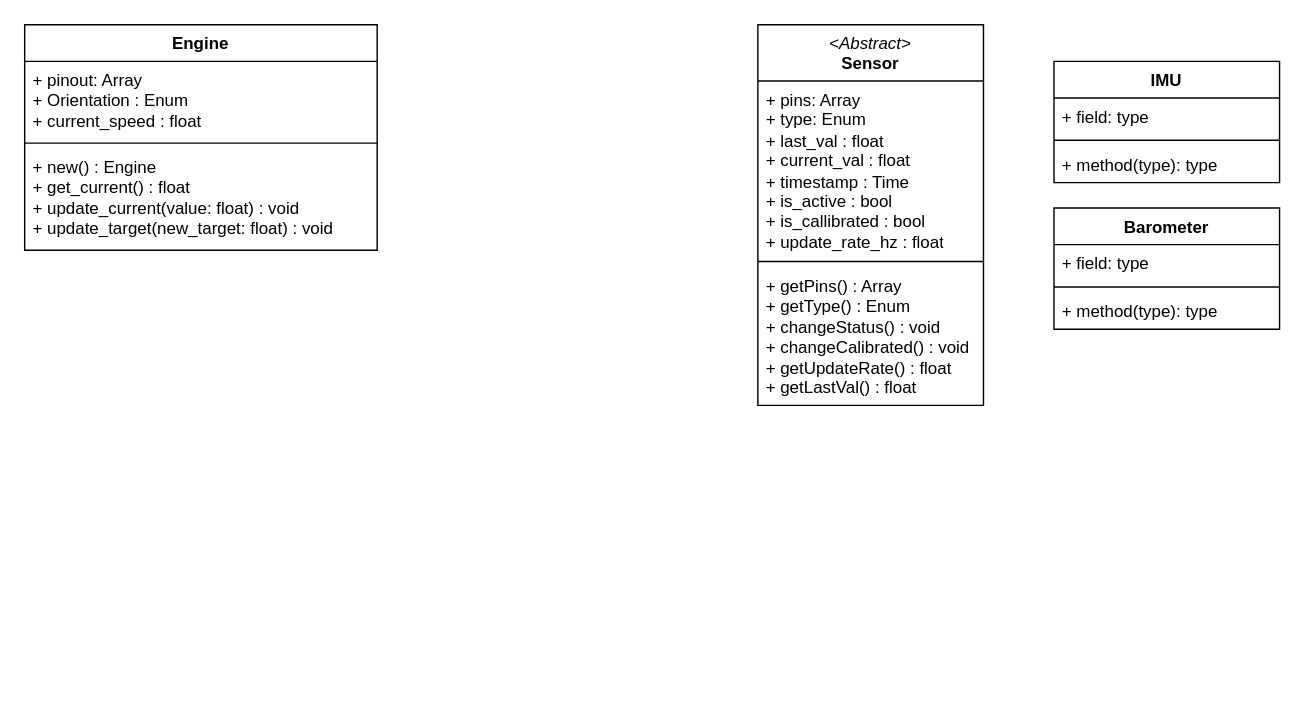
This is doc/ClassDiagramm.drawio from Bl8nk20/drone, a draw.io file, before an edit. Source tidied: cells renumbered, new cells numbered last; positions are measured from the earlier drawing's top-left corner, leaving out a move shared by most shapes. Both pictures are drawn from the tidied source at 141%, with x=0, y=0 at pixel (24, 24).
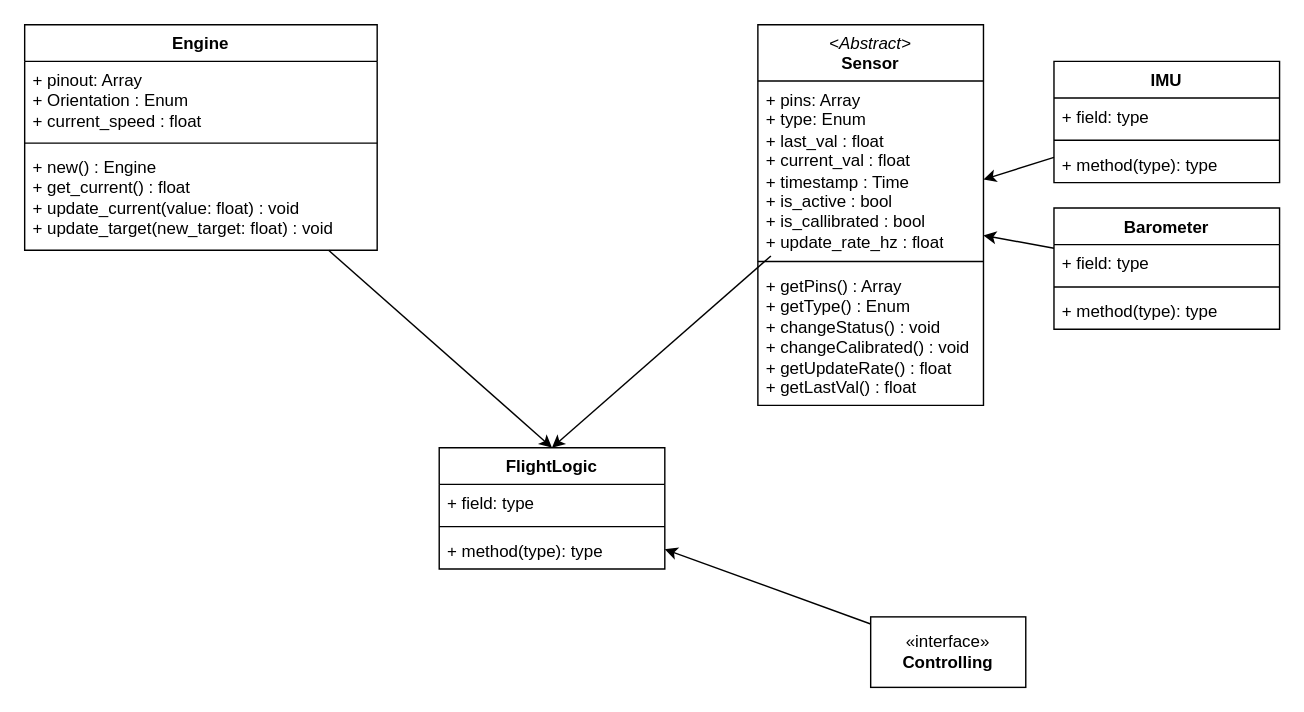
After the change.

Commit message:
added a REALLY rough final outline of the Classdiagram

The change refers to these unchanged cells:
```xml
<mxCell id="2" value="Engine" style="swimlane;fontStyle=1;align=center;verticalAlign=top;horizontal=1;startSize=26;whiteSpace=wrap;html=1;" parent="1" vertex="1">
  <mxGeometry width="250" height="160" as="geometry" />
</mxCell>
<mxCell id="6" value="&lt;span style=&quot;font-weight: normal;&quot;&gt;&lt;i&gt;&amp;lt;Abstract&amp;gt;&lt;/i&gt;&lt;/span&gt;&lt;div&gt;Sensor&lt;/div&gt;" style="swimlane;fontStyle=1;align=center;verticalAlign=top;horizontal=1;startSize=40;whiteSpace=wrap;html=1;" parent="1" vertex="1">
  <mxGeometry x="520" width="160" height="270" as="geometry" />
</mxCell>
<mxCell id="7" value="+ pins: Array&lt;div&gt;+ type: Enum&lt;/div&gt;&lt;div&gt;+ last_val : float&lt;/div&gt;&lt;div&gt;+ current_val : float&lt;/div&gt;&lt;div&gt;+ timestamp : Time&lt;/div&gt;&lt;div&gt;+ is_active : bool&lt;/div&gt;&lt;div&gt;+ is_callibrated : bool&lt;/div&gt;&lt;div&gt;+ update_rate_hz : float&lt;/div&gt;" style="text;strokeColor=none;fillColor=none;align=left;verticalAlign=top;spacingLeft=4;spacingRight=4;overflow=hidden;points=[[0,0.5],[1,0.5]];portConstraint=eastwest;whiteSpace=wrap;html=1;" parent="6" vertex="1">
  <mxGeometry y="40" width="160" height="124" as="geometry" />
</mxCell>
<mxCell id="10" value="IMU" style="swimlane;fontStyle=1;align=center;verticalAlign=top;horizontal=1;startSize=26;whiteSpace=wrap;html=1;" parent="1" vertex="1">
  <mxGeometry x="730" y="26" width="160" height="86" as="geometry" />
</mxCell>
<mxCell id="14" value="Barometer" style="swimlane;fontStyle=1;align=center;verticalAlign=top;horizontal=1;startSize=26;whiteSpace=wrap;html=1;" parent="1" vertex="1">
  <mxGeometry x="730" y="130" width="160" height="86" as="geometry" />
</mxCell>
```

Diff of the diagram source:
```diff
@@
+    <mxCell id="18" style="edgeStyle=none;html=1;entryX=0.5;entryY=0;entryDx=0;entryDy=0;" parent="1" edge="1" source="2" target="21">
+      <mxGeometry relative="1" as="geometry" />
+    </mxCell>
@@
+    <mxCell id="19" style="edgeStyle=none;html=1;" parent="1" edge="1" source="10" target="6">
+      <mxGeometry relative="1" as="geometry" />
+    </mxCell>
@@
+    <mxCell id="20" style="edgeStyle=none;html=1;" parent="1" edge="1" source="14" target="6">
+      <mxGeometry relative="1" as="geometry" />
+    </mxCell>
@@
+    <mxCell id="21" value="FlightLogic" style="swimlane;fontStyle=1;align=center;verticalAlign=top;horizontal=1;startSize=26;whiteSpace=wrap;html=1;" parent="1" vertex="1">
+      <mxGeometry x="294" y="300" width="160" height="86" as="geometry" />
+    </mxCell>
+    <mxCell id="22" value="+ field: type" style="text;strokeColor=none;fillColor=none;align=left;verticalAlign=top;spacingLeft=4;spacingRight=4;overflow=hidden;whiteSpace=wrap;html=1;" parent="21" vertex="1">
+      <mxGeometry y="26" width="160" height="26" as="geometry" />
+    </mxCell>
+    <mxCell id="23" style="line;strokeWidth=1;fillColor=none;align=left;verticalAlign=middle;spacingTop=-1;spacingLeft=3;spacingRight=3;labelPosition=right;strokeColor=inherit;" parent="21" vertex="1">
+      <mxGeometry y="52" width="160" height="8" as="geometry" />
+    </mxCell>
+    <mxCell id="24" value="+ method(type): type" style="text;strokeColor=none;fillColor=none;align=left;verticalAlign=top;spacingLeft=4;spacingRight=4;overflow=hidden;whiteSpace=wrap;html=1;" parent="21" vertex="1">
+      <mxGeometry y="60" width="160" height="26" as="geometry" />
+    </mxCell>
+    <mxCell id="25" style="edgeStyle=none;html=1;" parent="1" edge="1" source="26" target="21">
+      <mxGeometry relative="1" as="geometry" />
+    </mxCell>
+    <mxCell id="26" value="«interface»&lt;br&gt;&lt;b&gt;Controlling&lt;/b&gt;" style="html=1;whiteSpace=wrap;" parent="1" vertex="1">
+      <mxGeometry x="600" y="420" width="110" height="50" as="geometry" />
+    </mxCell>
+    <mxCell id="27" style="edgeStyle=none;html=1;entryX=0.5;entryY=0;entryDx=0;entryDy=0;" parent="1" edge="1" source="7" target="21">
+      <mxGeometry relative="1" as="geometry" />
+    </mxCell>
```
